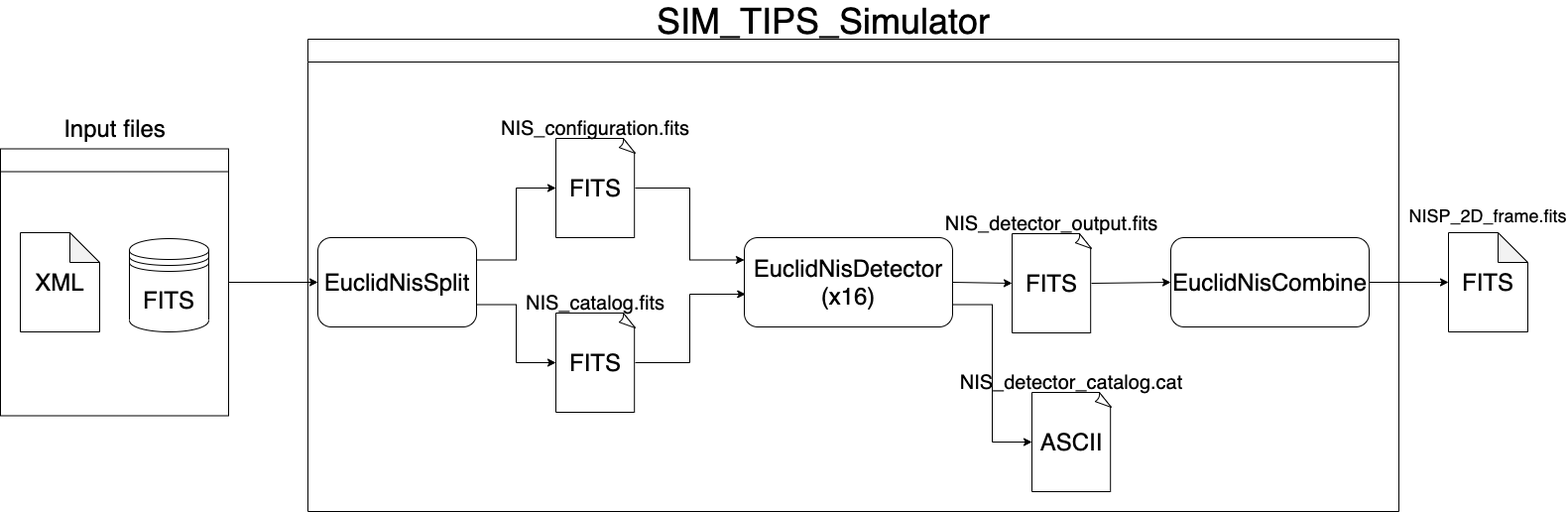
LucaPaganin/TIPS_Usage keeps this draw.io diagram as figures/TIPS_workflow.png. Above is the earlier version. Source tidied: cells renumbered, new cells last; positions are measured from the earlier drawing's top-left corner, leaving out a move shared by most shapes. The source it was exported from:
```xml
<mxGraphModel>
  <root>
    <mxCell id="0" />
    <mxCell id="1" parent="0" />
    <mxCell id="2" style="rounded=0;jettySize=auto;html=1;exitX=1;exitY=0.25;exitDx=0;exitDy=0;entryX=0;entryY=0.5;entryDx=0;entryDy=0;entryPerimeter=0;edgeStyle=orthogonalEdgeStyle;" parent="1" edge="1" source="4" target="6">
      <mxGeometry relative="1" as="geometry" />
    </mxCell>
    <mxCell id="3" style="rounded=0;jettySize=auto;html=1;exitX=1;exitY=0.75;exitDx=0;exitDy=0;entryX=0;entryY=0.5;entryDx=0;entryDy=0;entryPerimeter=0;edgeStyle=orthogonalEdgeStyle;" parent="1" edge="1" source="4" target="9">
      <mxGeometry relative="1" as="geometry" />
    </mxCell>
    <mxCell id="4" value="&lt;font style=&quot;font-size: 24px&quot;&gt;EuclidNisSplit&lt;/font&gt;" style="rounded=1;whiteSpace=wrap;html=1;" parent="1" vertex="1">
      <mxGeometry x="320" y="228" width="160" height="90" as="geometry" />
    </mxCell>
    <mxCell id="5" style="group;" parent="1" vertex="1">
      <mxGeometry x="560" y="108" width="80" height="120" as="geometry" />
    </mxCell>
    <mxCell id="6" value="&lt;font style=&quot;font-size: 24px&quot;&gt;FITS&lt;/font&gt;" style="whiteSpace=wrap;html=1;shape=mxgraph.basic.document;" parent="5" vertex="1">
      <mxGeometry y="20" width="80" height="100" as="geometry" />
    </mxCell>
    <mxCell id="7" value="&lt;font style=&quot;font-size: 20px&quot;&gt;NIS_configuration.fits&lt;/font&gt;" style="text;html=1;strokeColor=none;fillColor=none;align=center;verticalAlign=middle;whiteSpace=wrap;rounded=0;fontSize=20;" parent="5" vertex="1">
      <mxGeometry x="24" width="32" height="20" as="geometry" />
    </mxCell>
    <mxCell id="8" style="group;" parent="1" vertex="1">
      <mxGeometry x="560" y="284" width="80" height="120" as="geometry" />
    </mxCell>
    <mxCell id="9" value="&lt;font style=&quot;font-size: 24px&quot;&gt;FITS&lt;/font&gt;" style="whiteSpace=wrap;html=1;shape=mxgraph.basic.document;" parent="8" vertex="1">
      <mxGeometry y="20" width="80" height="100" as="geometry" />
    </mxCell>
    <mxCell id="10" value="&lt;font style=&quot;font-size: 20px&quot;&gt;NIS_catalog.fits&lt;/font&gt;" style="text;html=1;strokeColor=none;fillColor=none;align=center;verticalAlign=middle;whiteSpace=wrap;rounded=0;" parent="8" vertex="1">
      <mxGeometry x="24" width="32" height="20" as="geometry" />
    </mxCell>
    <mxCell id="11" style="edgeStyle=none;rounded=0;jettySize=auto;html=1;exitX=1;exitY=0.5;exitDx=0;exitDy=0;entryX=0;entryY=0.5;entryDx=0;entryDy=0;entryPerimeter=0;" parent="1" edge="1" source="13" target="19">
      <mxGeometry relative="1" as="geometry" />
    </mxCell>
    <mxCell id="12" style="edgeStyle=orthogonalEdgeStyle;rounded=0;jettySize=auto;html=1;exitX=1;exitY=0.75;exitDx=0;exitDy=0;entryX=0;entryY=0.5;entryDx=0;entryDy=0;entryPerimeter=0;" parent="1" edge="1" source="13" target="22">
      <mxGeometry relative="1" as="geometry" />
    </mxCell>
    <mxCell id="13" value="&lt;font&gt;&lt;font style=&quot;font-size: 24px&quot;&gt;EuclidNisDetector&lt;br&gt;(x16)&lt;/font&gt;&lt;br&gt;&lt;/font&gt;" style="rounded=1;whiteSpace=wrap;html=1;" parent="1" vertex="1">
      <mxGeometry x="750" y="228" width="210" height="90" as="geometry" />
    </mxCell>
    <mxCell id="14" style="edgeStyle=orthogonalEdgeStyle;rounded=0;jettySize=auto;html=1;exitX=1;exitY=0.5;exitDx=0;exitDy=0;exitPerimeter=0;entryX=0;entryY=0.25;entryDx=0;entryDy=0;" parent="1" edge="1" source="6" target="13">
      <mxGeometry relative="1" as="geometry" />
    </mxCell>
    <mxCell id="15" style="edgeStyle=orthogonalEdgeStyle;rounded=0;jettySize=auto;html=1;exitX=1;exitY=0.5;exitDx=0;exitDy=0;exitPerimeter=0;entryX=0.006;entryY=0.633;entryDx=0;entryDy=0;entryPerimeter=0;" parent="1" edge="1" source="9" target="13">
      <mxGeometry relative="1" as="geometry" />
    </mxCell>
    <mxCell id="16" style="edgeStyle=orthogonalEdgeStyle;rounded=0;jettySize=auto;html=1;" parent="1" edge="1" source="17" target="26">
      <mxGeometry relative="1" as="geometry" />
    </mxCell>
    <mxCell id="17" value="&lt;font&gt;&lt;font style=&quot;font-size: 24px&quot;&gt;EuclidNisCombine&lt;/font&gt;&lt;br&gt;&lt;/font&gt;" style="rounded=1;whiteSpace=wrap;html=1;" parent="1" vertex="1">
      <mxGeometry x="1180" y="228" width="200" height="90" as="geometry" />
    </mxCell>
    <mxCell id="18" style="group;" parent="1" vertex="1">
      <mxGeometry x="1020" y="204" width="80" height="120" as="geometry" />
    </mxCell>
    <mxCell id="19" value="&lt;font style=&quot;font-size: 24px&quot;&gt;FITS&lt;/font&gt;" style="whiteSpace=wrap;html=1;shape=mxgraph.basic.document;" parent="18" vertex="1">
      <mxGeometry y="20" width="80" height="100" as="geometry" />
    </mxCell>
    <mxCell id="20" value="&lt;font style=&quot;font-size: 20px&quot;&gt;NIS_detector_output.fits&lt;/font&gt;" style="text;html=1;strokeColor=none;fillColor=none;align=center;verticalAlign=middle;whiteSpace=wrap;rounded=0;" parent="18" vertex="1">
      <mxGeometry x="24" width="32" height="20" as="geometry" />
    </mxCell>
    <mxCell id="21" style="group;" parent="1" vertex="1">
      <mxGeometry x="1040" y="364" width="80" height="120" as="geometry" />
    </mxCell>
    <mxCell id="22" value="&lt;font style=&quot;font-size: 24px&quot;&gt;ASCII&lt;/font&gt;" style="whiteSpace=wrap;html=1;shape=mxgraph.basic.document;" parent="21" vertex="1">
      <mxGeometry y="20" width="80" height="100" as="geometry" />
    </mxCell>
    <mxCell id="23" value="&lt;font style=&quot;font-size: 20px&quot;&gt;NIS_detector_catalog.cat&lt;/font&gt;" style="text;html=1;strokeColor=none;fillColor=none;align=center;verticalAlign=middle;whiteSpace=wrap;rounded=0;" parent="21" vertex="1">
      <mxGeometry x="24" width="32" height="20" as="geometry" />
    </mxCell>
    <mxCell id="24" style="edgeStyle=none;rounded=0;jettySize=auto;html=1;exitX=1;exitY=0.5;exitDx=0;exitDy=0;exitPerimeter=0;entryX=0;entryY=0.5;entryDx=0;entryDy=0;" parent="1" edge="1" source="19" target="17">
      <mxGeometry relative="1" as="geometry" />
    </mxCell>
    <mxCell id="25" value=" " style="swimlane;" parent="1" vertex="1">
      <mxGeometry x="310" y="28" width="1100" height="476" as="geometry" />
    </mxCell>
    <mxCell id="26" value="&lt;font style=&quot;font-size: 24px&quot;&gt;FITS&lt;/font&gt;" style="shape=note;whiteSpace=wrap;html=1;backgroundOutline=1;darkOpacity=0.05;rounded=1;" parent="1" vertex="1">
      <mxGeometry x="1460" y="223" width="80" height="100" as="geometry" />
    </mxCell>
    <mxCell id="27" value="&lt;font style=&quot;font-size: 18px&quot;&gt;NISP_2D_frame.fits&lt;/font&gt;" style="text;html=1;strokeColor=none;fillColor=none;align=center;verticalAlign=middle;whiteSpace=wrap;rounded=0;" parent="1" vertex="1">
      <mxGeometry x="1480" y="196" width="40" height="20" as="geometry" />
    </mxCell>
    <mxCell id="28" value="&lt;font style=&quot;font-size: 36px&quot;&gt;SIM_TIPS_Simulator&lt;/font&gt;" style="text;html=1;strokeColor=none;fillColor=none;align=center;verticalAlign=middle;whiteSpace=wrap;rounded=0;" parent="1" vertex="1">
      <mxGeometry x="810" width="40" height="20" as="geometry" />
    </mxCell>
    <mxCell id="29" style="group;" parent="1" vertex="1">
      <mxGeometry y="138.5" width="230" height="269" as="geometry" />
    </mxCell>
    <mxCell id="30" value="&lt;font style=&quot;font-size: 24px&quot;&gt;XML&lt;/font&gt;" style="shape=note;whiteSpace=wrap;html=1;backgroundOutline=1;darkOpacity=0.05;" parent="29" vertex="1">
      <mxGeometry x="20" y="84.5" width="80" height="100" as="geometry" />
    </mxCell>
    <mxCell id="31" value="&lt;font style=&quot;font-size: 24px&quot;&gt;FITS&lt;/font&gt;" style="shape=datastore;whiteSpace=wrap;html=1;" parent="29" vertex="1">
      <mxGeometry x="130" y="90.5" width="80" height="94" as="geometry" />
    </mxCell>
    <mxCell id="32" value=" " style="swimlane;" parent="29" vertex="1">
      <mxGeometry width="230" height="269" as="geometry" />
    </mxCell>
    <mxCell id="33" style="edgeStyle=orthogonalEdgeStyle;rounded=0;jettySize=auto;html=1;entryX=0;entryY=0.5;entryDx=0;entryDy=0;" parent="1" edge="1" source="32" target="4">
      <mxGeometry relative="1" as="geometry" />
    </mxCell>
    <mxCell id="34" value="&lt;font style=&quot;font-size: 24px&quot;&gt;Input files&lt;/font&gt;" style="text;html=1;strokeColor=none;fillColor=none;align=center;verticalAlign=middle;whiteSpace=wrap;rounded=0;" parent="1" vertex="1">
      <mxGeometry x="57.5" y="108" width="115" height="20" as="geometry" />
    </mxCell>
  </root>
</mxGraphModel>
```
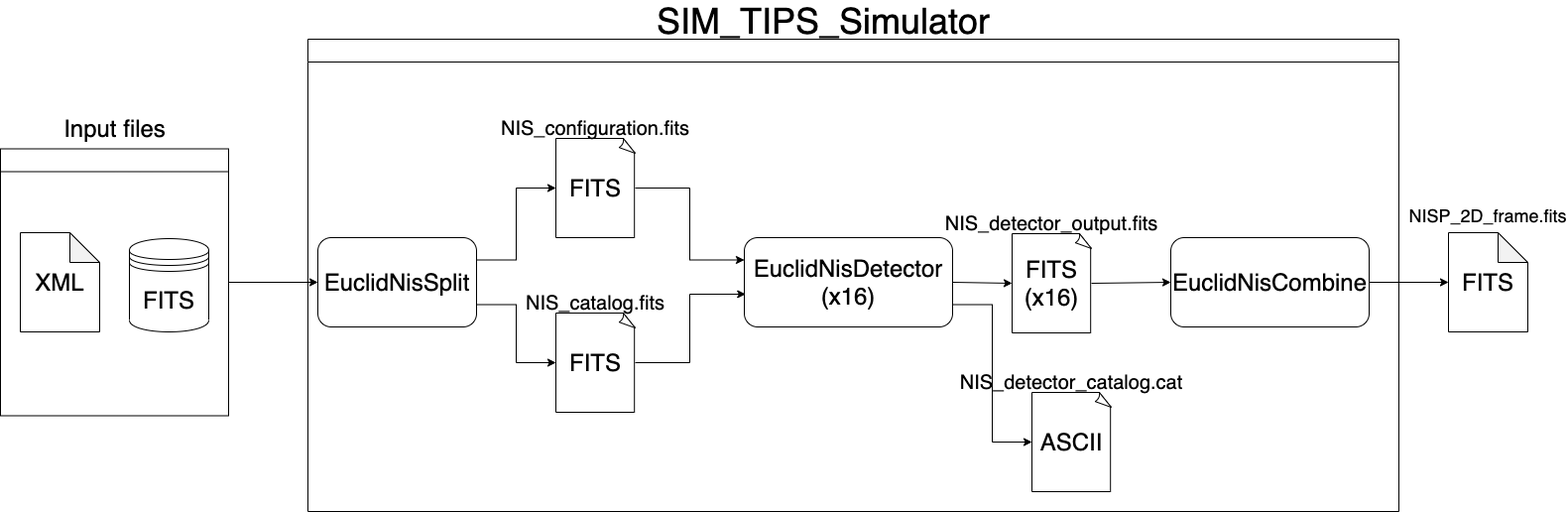
Above is the later version.

Change to the diagram source:
```diff
@@ -53,7 +53,7 @@
     <mxCell id="18" style="group;" parent="1" vertex="1">
       <mxGeometry x="1020" y="204" width="80" height="120" as="geometry" />
     </mxCell>
-    <mxCell id="19" value="&lt;font style=&quot;font-size: 24px&quot;&gt;FITS&lt;/font&gt;" style="whiteSpace=wrap;html=1;shape=mxgraph.basic.document;" parent="18" vertex="1">
+    <mxCell id="19" value="&lt;font style=&quot;font-size: 24px&quot;&gt;FITS&lt;br&gt;(x16)&lt;br&gt;&lt;/font&gt;" style="whiteSpace=wrap;html=1;shape=mxgraph.basic.document;" parent="18" vertex="1">
       <mxGeometry y="20" width="80" height="100" as="geometry" />
     </mxCell>
     <mxCell id="20" value="&lt;font style=&quot;font-size: 20px&quot;&gt;NIS_detector_output.fits&lt;/font&gt;" style="text;html=1;strokeColor=none;fillColor=none;align=center;verticalAlign=middle;whiteSpace=wrap;rounded=0;" parent="18" vertex="1">
```
